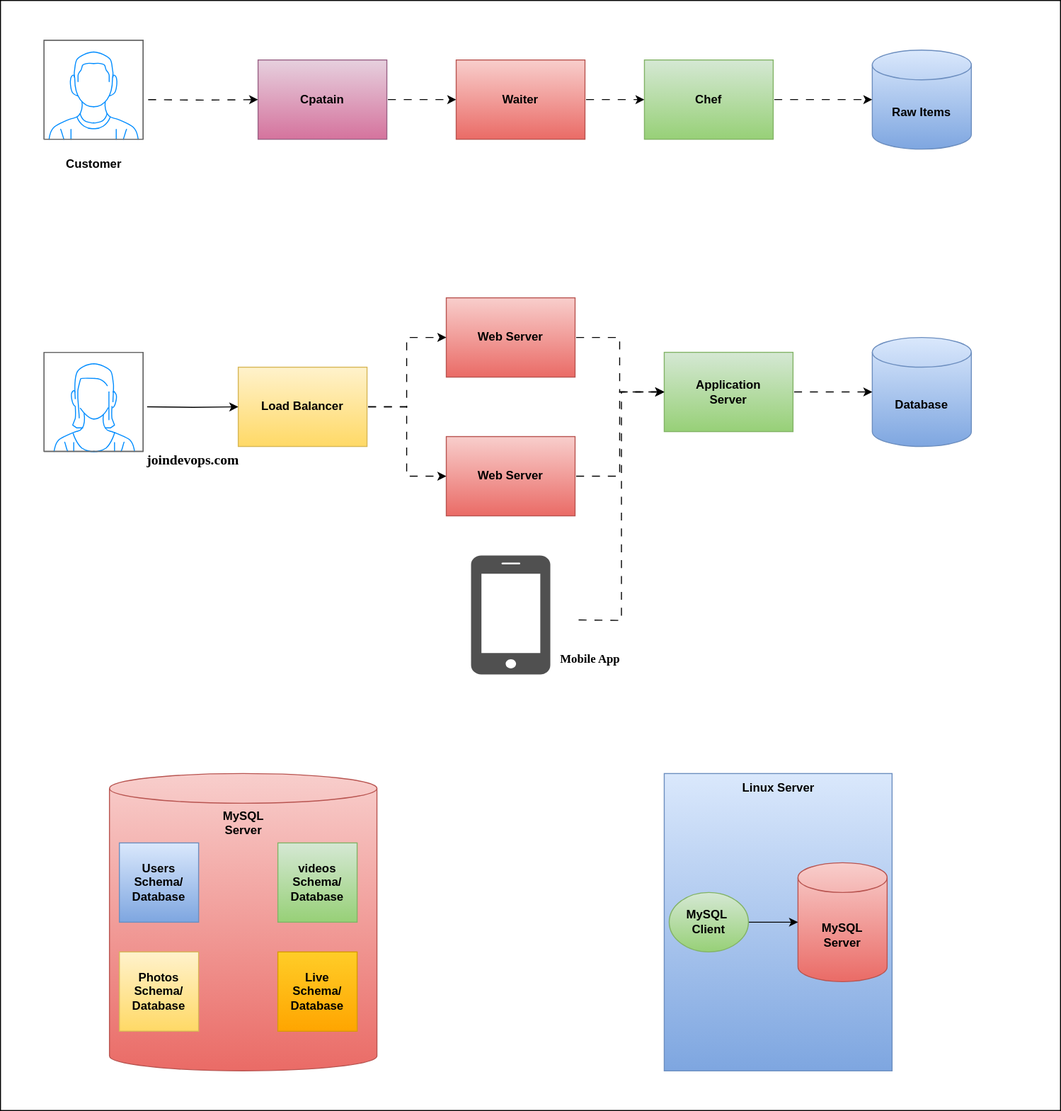
The draw.io diagram 3-tier-architecture.svg in aadarshputtamaneni/Expense_Documentation, before a commit. Source tidied: cells renumbered, new cells last; positions are measured from the earlier drawing's top-left corner, leaving out a move shared by most shapes. Its diagram source:
```xml
<mxGraphModel>
  <root>
    <mxCell id="0" />
    <mxCell id="1" parent="0" />
    <mxCell id="2" style="rounded=0;whiteSpace=wrap;html=1;" parent="1" vertex="1">
      <mxGeometry width="1070" height="1120" as="geometry" />
    </mxCell>
    <mxCell id="3" value="&lt;b&gt;Raw Items&lt;/b&gt;" style="shape=cylinder3;whiteSpace=wrap;html=1;boundedLbl=1;backgroundOutline=1;size=15;fillColor=#dae8fc;gradientColor=#7ea6e0;strokeColor=#6c8ebf;" parent="1" vertex="1">
      <mxGeometry x="880" y="50" width="100" height="100" as="geometry" />
    </mxCell>
    <mxCell id="4" style="edgeStyle=orthogonalEdgeStyle;rounded=0;jettySize=auto;html=1;flowAnimation=1;" parent="1" edge="1" source="5" target="3">
      <mxGeometry relative="1" as="geometry" />
    </mxCell>
    <mxCell id="5" value="&lt;b&gt;Chef&lt;/b&gt;" style="rounded=0;whiteSpace=wrap;html=1;fillColor=#d5e8d4;gradientColor=#97d077;strokeColor=#82b366;" parent="1" vertex="1">
      <mxGeometry x="650" y="60" width="130" height="80" as="geometry" />
    </mxCell>
    <mxCell id="6" style="edgeStyle=orthogonalEdgeStyle;rounded=0;jettySize=auto;html=1;entryX=0;entryY=0.5;entryDx=0;entryDy=0;flowAnimation=1;" parent="1" edge="1" source="7" target="5">
      <mxGeometry relative="1" as="geometry" />
    </mxCell>
    <mxCell id="7" value="&lt;b&gt;Waiter&lt;/b&gt;" style="rounded=0;whiteSpace=wrap;html=1;fillColor=#f8cecc;gradientColor=#ea6b66;strokeColor=#b85450;" parent="1" vertex="1">
      <mxGeometry x="460" y="60" width="130" height="80" as="geometry" />
    </mxCell>
    <mxCell id="8" style="edgeStyle=orthogonalEdgeStyle;rounded=0;jettySize=auto;html=1;entryX=0;entryY=0.5;entryDx=0;entryDy=0;flowAnimation=1;" parent="1" edge="1" source="9" target="7">
      <mxGeometry relative="1" as="geometry" />
    </mxCell>
    <mxCell id="9" value="&lt;b&gt;Cpatain&lt;/b&gt;" style="rounded=0;whiteSpace=wrap;html=1;fillColor=#e6d0de;gradientColor=#d5739d;strokeColor=#996185;" parent="1" vertex="1">
      <mxGeometry x="260" y="60" width="130" height="80" as="geometry" />
    </mxCell>
    <mxCell id="10" style="edgeStyle=orthogonalEdgeStyle;rounded=0;jettySize=auto;html=1;entryX=0;entryY=0.5;entryDx=0;entryDy=0;flowAnimation=1;" parent="1" edge="1" target="9">
      <mxGeometry relative="1" as="geometry">
        <mxPoint x="148" y="100" as="sourcePoint" />
      </mxGeometry>
    </mxCell>
    <mxCell id="11" value="&lt;b&gt;Customer&lt;/b&gt;" style="text;html=1;align=center;verticalAlign=middle;strokeColor=none;fillColor=none;" parent="1" vertex="1">
      <mxGeometry x="54" y="150" width="80" height="30" as="geometry" />
    </mxCell>
    <mxCell id="12" value="&lt;b&gt;Database&lt;/b&gt;" style="shape=cylinder3;whiteSpace=wrap;html=1;boundedLbl=1;backgroundOutline=1;size=15;fillColor=#dae8fc;gradientColor=#7ea6e0;strokeColor=#6c8ebf;" parent="1" vertex="1">
      <mxGeometry x="880" y="340" width="100" height="110" as="geometry" />
    </mxCell>
    <mxCell id="13" value="&lt;b&gt;Application&lt;br&gt;Server&lt;/b&gt;" style="rounded=0;whiteSpace=wrap;html=1;fillColor=#d5e8d4;gradientColor=#97d077;strokeColor=#82b366;" parent="1" vertex="1">
      <mxGeometry x="670" y="355" width="130" height="80" as="geometry" />
    </mxCell>
    <mxCell id="14" style="edgeStyle=orthogonalEdgeStyle;rounded=0;jettySize=auto;html=1;entryX=0;entryY=0.5;entryDx=0;entryDy=0;entryPerimeter=0;flowAnimation=1;" parent="1" edge="1" source="13" target="12">
      <mxGeometry relative="1" as="geometry" />
    </mxCell>
    <mxCell id="15" style="edgeStyle=orthogonalEdgeStyle;rounded=0;jettySize=auto;html=1;entryX=0;entryY=0.5;entryDx=0;entryDy=0;flowAnimation=1;" parent="1" edge="1" source="16" target="13">
      <mxGeometry relative="1" as="geometry" />
    </mxCell>
    <mxCell id="16" value="&lt;b&gt;Web Server&lt;/b&gt;" style="rounded=0;whiteSpace=wrap;html=1;fillColor=#f8cecc;gradientColor=#ea6b66;strokeColor=#b85450;" parent="1" vertex="1">
      <mxGeometry x="450" y="300" width="130" height="80" as="geometry" />
    </mxCell>
    <mxCell id="17" style="edgeStyle=orthogonalEdgeStyle;rounded=0;jettySize=auto;html=1;entryX=0;entryY=0.5;entryDx=0;entryDy=0;flowAnimation=1;" parent="1" edge="1" source="18" target="13">
      <mxGeometry relative="1" as="geometry" />
    </mxCell>
    <mxCell id="18" value="&lt;b&gt;Web Server&lt;/b&gt;" style="rounded=0;whiteSpace=wrap;html=1;fillColor=#f8cecc;gradientColor=#ea6b66;strokeColor=#b85450;" parent="1" vertex="1">
      <mxGeometry x="450" y="440" width="130" height="80" as="geometry" />
    </mxCell>
    <mxCell id="19" style="edgeStyle=orthogonalEdgeStyle;rounded=0;jettySize=auto;html=1;entryX=0;entryY=0.5;entryDx=0;entryDy=0;flowAnimation=1;" parent="1" edge="1" source="21" target="16">
      <mxGeometry relative="1" as="geometry" />
    </mxCell>
    <mxCell id="20" style="edgeStyle=orthogonalEdgeStyle;rounded=0;jettySize=auto;html=1;entryX=0;entryY=0.5;entryDx=0;entryDy=0;flowAnimation=1;" parent="1" edge="1" source="21" target="18">
      <mxGeometry relative="1" as="geometry" />
    </mxCell>
    <mxCell id="21" value="&lt;b&gt;Load Balancer&lt;/b&gt;" style="rounded=0;whiteSpace=wrap;html=1;fillColor=#fff2cc;gradientColor=#ffd966;strokeColor=#d6b656;" parent="1" vertex="1">
      <mxGeometry x="240" y="370" width="130" height="80" as="geometry" />
    </mxCell>
    <mxCell id="22" style="edgeStyle=orthogonalEdgeStyle;rounded=0;jettySize=auto;html=1;entryX=0;entryY=0.5;entryDx=0;entryDy=0;" parent="1" edge="1" target="21">
      <mxGeometry relative="1" as="geometry">
        <mxPoint x="148" y="410" as="sourcePoint" />
      </mxGeometry>
    </mxCell>
    <mxCell id="23" value="&lt;b&gt;&lt;font style=&quot;font-size: 14px;&quot; face=&quot;Comic Sans MS&quot;&gt;joindevops.com&lt;/font&gt;&lt;/b&gt;" style="text;html=1;align=center;verticalAlign=middle;strokeColor=none;fillColor=none;" parent="1" vertex="1">
      <mxGeometry x="134" y="450" width="120" height="30" as="geometry" />
    </mxCell>
    <mxCell id="24" style="edgeStyle=orthogonalEdgeStyle;rounded=0;jettySize=auto;html=1;entryX=0;entryY=0.5;entryDx=0;entryDy=0;flowAnimation=1;" parent="1" edge="1" target="13">
      <mxGeometry relative="1" as="geometry">
        <mxPoint x="582.5" y="625" as="sourcePoint" />
      </mxGeometry>
    </mxCell>
    <mxCell id="25" value="&lt;b&gt;&lt;font face=&quot;Comic Sans MS&quot;&gt;Mobile App&lt;/font&gt;&lt;/b&gt;" style="text;html=1;align=center;verticalAlign=middle;strokeColor=none;fillColor=none;" parent="1" vertex="1">
      <mxGeometry x="550" y="650" width="90" height="30" as="geometry" />
    </mxCell>
    <mxCell id="26" style="group;" parent="1" vertex="1">
      <mxGeometry x="110" y="780" width="270" height="300" as="geometry" />
    </mxCell>
    <mxCell id="27" style="shape=cylinder3;whiteSpace=wrap;html=1;boundedLbl=1;backgroundOutline=1;size=15;fillColor=#f8cecc;gradientColor=#ea6b66;strokeColor=#b85450;" parent="26" vertex="1">
      <mxGeometry width="270" height="300" as="geometry" />
    </mxCell>
    <mxCell id="28" value="&lt;b style=&quot;text-wrap-mode: wrap;&quot;&gt;MySQL&lt;/b&gt;&lt;div style=&quot;text-wrap-mode: wrap;&quot;&gt;&lt;b&gt;Server&lt;/b&gt;&lt;/div&gt;" style="text;html=1;align=center;verticalAlign=middle;strokeColor=none;fillColor=none;" parent="26" vertex="1">
      <mxGeometry x="105" y="30" width="60" height="40" as="geometry" />
    </mxCell>
    <mxCell id="29" value="&lt;div&gt;&lt;b&gt;Users&lt;/b&gt;&lt;/div&gt;&lt;b&gt;Schema/&lt;/b&gt;&lt;div&gt;&lt;b&gt;Database&lt;/b&gt;&lt;/div&gt;" style="whiteSpace=wrap;html=1;fillColor=#dae8fc;gradientColor=#7ea6e0;strokeColor=#6c8ebf;" parent="26" vertex="1">
      <mxGeometry x="10" y="70" width="80" height="80" as="geometry" />
    </mxCell>
    <mxCell id="30" value="&lt;div&gt;&lt;b&gt;videos&lt;/b&gt;&lt;/div&gt;&lt;b&gt;Schema/&lt;/b&gt;&lt;div&gt;&lt;b&gt;Database&lt;/b&gt;&lt;/div&gt;" style="whiteSpace=wrap;html=1;fillColor=#d5e8d4;gradientColor=#97d077;strokeColor=#82b366;" parent="26" vertex="1">
      <mxGeometry x="170" y="70" width="80" height="80" as="geometry" />
    </mxCell>
    <mxCell id="31" value="&lt;div&gt;&lt;b&gt;Photos&lt;/b&gt;&lt;/div&gt;&lt;b&gt;Schema/&lt;/b&gt;&lt;div&gt;&lt;b&gt;Database&lt;/b&gt;&lt;/div&gt;" style="whiteSpace=wrap;html=1;fillColor=#fff2cc;gradientColor=#ffd966;strokeColor=#d6b656;" parent="26" vertex="1">
      <mxGeometry x="10" y="180" width="80" height="80" as="geometry" />
    </mxCell>
    <mxCell id="32" value="&lt;div&gt;&lt;b&gt;Live&lt;/b&gt;&lt;/div&gt;&lt;b&gt;Schema/&lt;/b&gt;&lt;div&gt;&lt;b&gt;Database&lt;/b&gt;&lt;/div&gt;" style="whiteSpace=wrap;html=1;fillColor=#ffcd28;gradientColor=#ffa500;strokeColor=#d79b00;" parent="26" vertex="1">
      <mxGeometry x="170" y="180" width="80" height="80" as="geometry" />
    </mxCell>
    <mxCell id="33" style="rounded=0;whiteSpace=wrap;html=1;fillColor=#dae8fc;gradientColor=#7ea6e0;strokeColor=#6c8ebf;" parent="1" vertex="1">
      <mxGeometry x="670" y="780" width="230" height="300" as="geometry" />
    </mxCell>
    <mxCell id="34" value="&lt;b&gt;Linux Server&lt;/b&gt;" style="text;html=1;align=center;verticalAlign=middle;strokeColor=none;fillColor=none;" parent="1" vertex="1">
      <mxGeometry x="735" y="780" width="100" height="30" as="geometry" />
    </mxCell>
    <mxCell id="35" value="&lt;b&gt;MySQL&lt;/b&gt;&lt;div&gt;&lt;b&gt;Server&lt;/b&gt;&lt;/div&gt;" style="shape=cylinder3;whiteSpace=wrap;html=1;boundedLbl=1;backgroundOutline=1;size=15;fillColor=#f8cecc;gradientColor=#ea6b66;strokeColor=#b85450;" parent="1" vertex="1">
      <mxGeometry x="805" y="870" width="90" height="120" as="geometry" />
    </mxCell>
    <mxCell id="36" style="edgeStyle=orthogonalEdgeStyle;rounded=0;jettySize=auto;html=1;" parent="1" edge="1" source="37" target="35">
      <mxGeometry relative="1" as="geometry" />
    </mxCell>
    <mxCell id="37" value="&lt;b&gt;MySQL&amp;nbsp;&lt;br&gt;&lt;/b&gt;&lt;b style=&quot;background-color: initial;&quot;&gt;Client&lt;/b&gt;" style="ellipse;whiteSpace=wrap;html=1;fillColor=#d5e8d4;gradientColor=#97d077;strokeColor=#82b366;" parent="1" vertex="1">
      <mxGeometry x="675" y="900" width="80" height="60" as="geometry" />
    </mxCell>
    <mxCell id="38" style="sketch=0;shadow=0;dashed=0;html=1;strokeColor=none;fillColor=#505050;labelPosition=center;verticalLabelPosition=bottom;verticalAlign=top;align=center;shape=mxgraph.office.devices.cell_phone_iphone_proportional;" parent="1" vertex="1">
      <mxGeometry x="475" y="560" width="80" height="120" as="geometry" />
    </mxCell>
    <mxCell id="39" style="verticalLabelPosition=bottom;shadow=0;dashed=0;align=center;html=1;verticalAlign=top;strokeWidth=1;shape=mxgraph.mockup.containers.userMale;strokeColor=#666666;strokeColor2=#008cff;" parent="1" vertex="1">
      <mxGeometry x="44" y="40" width="100" height="100" as="geometry" />
    </mxCell>
    <mxCell id="40" style="verticalLabelPosition=bottom;shadow=0;dashed=0;align=center;html=1;verticalAlign=top;strokeWidth=1;shape=mxgraph.mockup.containers.userFemale;strokeColor=#666666;strokeColor2=#008cff;" parent="1" vertex="1">
      <mxGeometry x="44" y="355" width="100" height="100" as="geometry" />
    </mxCell>
  </root>
</mxGraphModel>
```
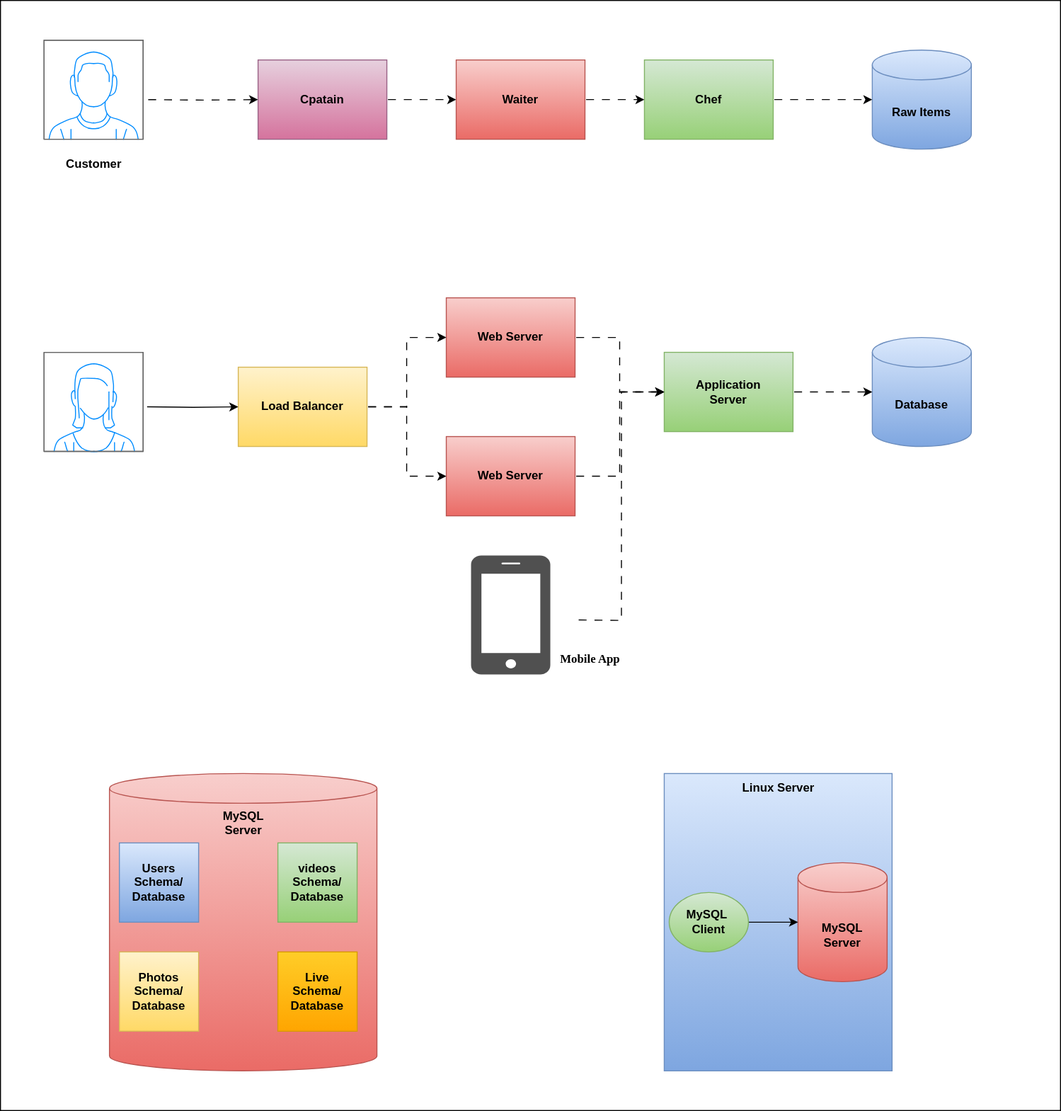
The same file after the commit.

Diff of the diagram source:
```diff
@@ -69,9 +69,6 @@
         <mxPoint x="148" y="410" as="sourcePoint" />
       </mxGeometry>
     </mxCell>
-    <mxCell id="23" value="&lt;b&gt;&lt;font style=&quot;font-size: 14px;&quot; face=&quot;Comic Sans MS&quot;&gt;joindevops.com&lt;/font&gt;&lt;/b&gt;" style="text;html=1;align=center;verticalAlign=middle;strokeColor=none;fillColor=none;" parent="1" vertex="1">
-      <mxGeometry x="134" y="450" width="120" height="30" as="geometry" />
-    </mxCell>
     <mxCell id="24" style="edgeStyle=orthogonalEdgeStyle;rounded=0;jettySize=auto;html=1;entryX=0;entryY=0.5;entryDx=0;entryDy=0;flowAnimation=1;" parent="1" edge="1" target="13">
       <mxGeometry relative="1" as="geometry">
         <mxPoint x="582.5" y="625" as="sourcePoint" />
```
